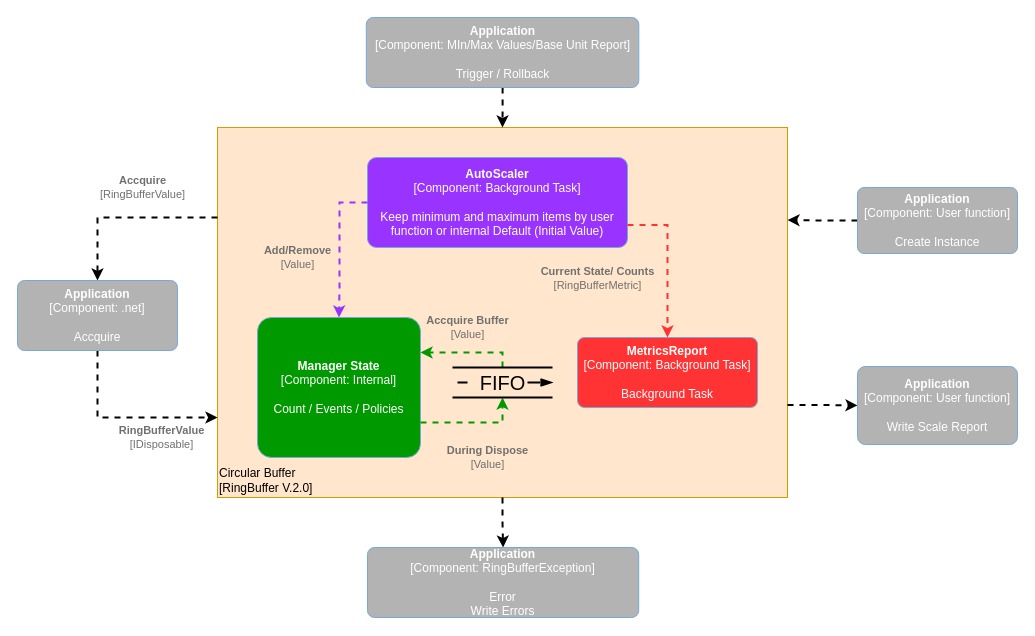
FRACerqueira/RingBufferPlus keeps this draw.io diagram as docs/RingBufferPlus.drawio. Above is the earlier version. Source tidied: cells renumbered, new cells numbered last; positions are measured from the earlier drawing's top-left corner, leaving out a move shared by most shapes. Both pictures are drawn from the tidied source at 100%, with x=0, y=0 at pixel (17, 17).
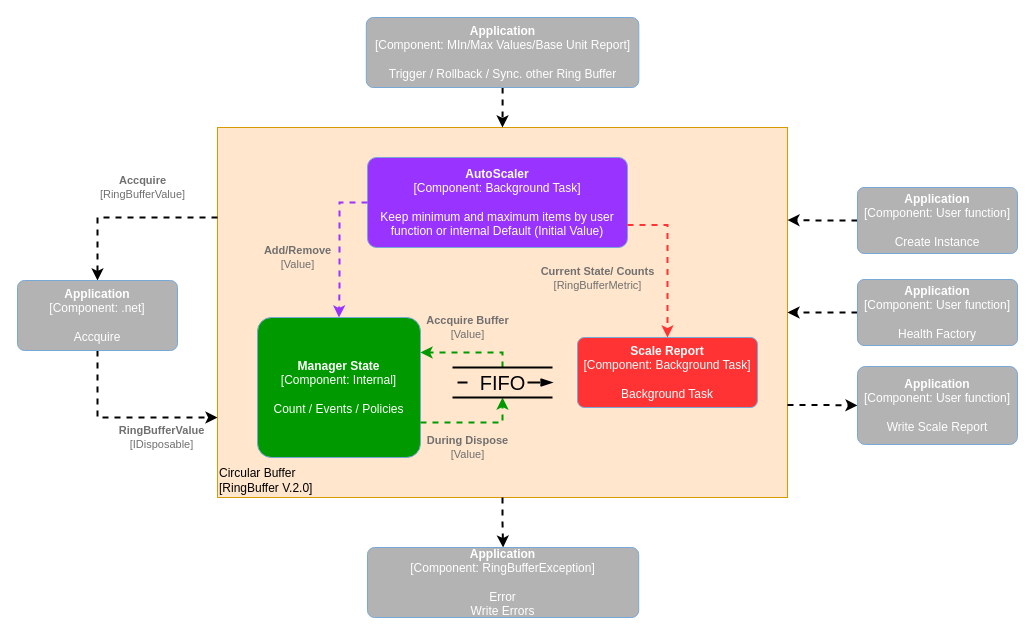
The same diagram, later.

The change refers to these unchanged cells:
```xml
<object id="2" label="&lt;div style=&quot;text-align: left&quot;&gt;%c4Name%&lt;/div&gt;&lt;div style=&quot;text-align: left&quot;&gt;[%c4Application%]&lt;/div&gt;" c4Application="RingBuffer V.2.0" c4Name="Circular Buffer" placeholders="1">
  <mxCell style="rounded=1;whiteSpace=wrap;html=1;labelBackgroundColor=none;fillColor=#ffe6cc;align=left;arcSize=0;strokeColor=#d79b00;verticalAlign=bottom;metaData={&quot;c4Type&quot;:{&quot;editable&quot;:false}};points=[[0.25,0,0],[0.5,0,0],[0.75,0,0],[1,0.25,0],[1,0.5,0],[1,0.75,0],[0.75,1,0],[0.5,1,0],[0.25,1,0],[0,0.75,0],[0,0.5,0],[0,0.25,0]];" parent="1" vertex="1">
    <mxGeometry x="200" y="110" width="570" height="370" as="geometry" />
  </mxCell>
</object>
<object id="11" label="&lt;b&gt;%c4Name%&lt;/b&gt;&lt;div&gt;[%c4Type%: %c4Technology%]&lt;/div&gt;&lt;br&gt;&lt;div&gt;%c4Description%&lt;/div&gt;" c4Description="Count / Events / Policies" c4Name="Manager State" c4Technology="Internal" c4Type="Component" placeholders="1">
  <mxCell style="rounded=1;whiteSpace=wrap;html=1;labelBackgroundColor=none;fillColor=#009900;fontColor=#ffffff;align=center;arcSize=10;strokeColor=#78A8D8;metaData={&quot;c4Type&quot;:{&quot;editable&quot;:false}};points=[[0.25,0,0],[0.5,0,0],[0.75,0,0],[1,0.25,0],[1,0.5,0],[1,0.75,0],[0.75,1,0],[0.5,1,0],[0.25,1,0],[0,0.75,0],[0,0.5,0],[0,0.25,0]];" parent="1" vertex="1">
    <mxGeometry x="240" y="300" width="163" height="140" as="geometry" />
  </mxCell>
</object>
<mxCell id="17" value="FIFO" style="strokeWidth=2;html=1;shape=mxgraph.lean_mapping.fifo_sequence_flow;fontStyle=0;fontSize=20;align=center;" parent="1" vertex="1">
  <mxGeometry x="435" y="350" width="100" height="30" as="geometry" />
</mxCell>
```

The edit, as a diff of the source:
```diff
@@
-    <object id="8" label="&lt;b&gt;%c4Name%&lt;/b&gt;&lt;div&gt;[%c4Type%: %c4Technology%]&lt;/div&gt;&lt;br&gt;&lt;div&gt;%c4Description%&lt;/div&gt;" c4Description="Background Task" c4Name="MetricsReport" c4Technology="Background Task" c4Type="Component" placeholders="1">
+    <object id="8" label="&lt;b&gt;%c4Name%&lt;/b&gt;&lt;div&gt;[%c4Type%: %c4Technology%]&lt;/div&gt;&lt;br&gt;&lt;div&gt;%c4Description%&lt;/div&gt;" c4Description="Background Task" c4Name="Scale Report" c4Technology="Background Task" c4Type="Component" placeholders="1">
       <mxCell style="rounded=1;whiteSpace=wrap;html=1;labelBackgroundColor=none;fillColor=#FF3333;fontColor=#ffffff;align=center;arcSize=10;strokeColor=#78A8D8;metaData={&quot;c4Type&quot;:{&quot;editable&quot;:false}};points=[[0.25,0,0],[0.5,0,0],[0.75,0,0],[1,0.25,0],[1,0.5,0],[1,0.75,0],[0.75,1,0],[0.5,1,0],[0.25,1,0],[0,0.75,0],[0,0.5,0],[0,0.25,0]];" parent="1" vertex="1">
         <mxGeometry x="560" y="320" width="180" height="70" as="geometry" />
       </mxCell>
     </object>
@@
     <object id="14" label="&lt;div style=&quot;text-align: left&quot;&gt;&lt;div style=&quot;text-align: center&quot;&gt;&lt;b&gt;%c4Description%&lt;/b&gt;&lt;/div&gt;&lt;div style=&quot;text-align: center&quot;&gt;[%c4Technology%]&lt;/div&gt;&lt;/div&gt;" c4Description="During Dispose" c4Technology="Value" placeholders="1">
       <mxCell style="edgeStyle=orthogonalEdgeStyle;rounded=0;html=1;jettySize=auto;strokeColor=#009900;strokeWidth=2;fontColor=#707070;jumpStyle=none;dashed=1;metaData={&quot;c4Type&quot;:{&quot;editable&quot;:false}};exitX=1;exitY=0.75;exitDx=0;exitDy=0;exitPerimeter=0;startArrow=none;entryX=0.5;entryY=1;entryDx=0;entryDy=0;labelBackgroundColor=none;" parent="1" edge="1" source="11" target="17">
-        <mxGeometry x="0.25" y="-35" relative="1" as="geometry">
+        <mxGeometry x="-0.12" y="-25" relative="1" as="geometry">
           <Array as="points">
             <mxPoint x="485" y="405" />
           </Array>
         </mxGeometry>
       </mxCell>
     </object>
@@
-    <object id="20" label="&lt;b&gt;%c4Name%&lt;/b&gt;&lt;div&gt;[%c4Type%: %c4Technology%]&lt;/div&gt;&lt;br&gt;&lt;div&gt;%c4Description%&lt;/div&gt;" c4Description="Trigger / Rollback" c4Name="Application" c4Technology="MIn/Max Values/Base Unit Report" c4Type="Component" placeholders="1">
+    <object id="20" label="&lt;b&gt;%c4Name%&lt;/b&gt;&lt;div&gt;[%c4Type%: %c4Technology%]&lt;/div&gt;&lt;br&gt;&lt;div&gt;%c4Description%&lt;/div&gt;" c4Description="Trigger / Rollback / Sync. other Ring Buffer" c4Name="Application" c4Technology="MIn/Max Values/Base Unit Report" c4Type="Component" placeholders="1">
       <mxCell style="rounded=1;whiteSpace=wrap;html=1;labelBackgroundColor=none;fillColor=#B3B3B3;fontColor=#ffffff;align=center;arcSize=10;strokeColor=#78A8D8;metaData={&quot;c4Type&quot;:{&quot;editable&quot;:false}};points=[[0.25,0,0],[0.5,0,0],[0.75,0,0],[1,0.25,0],[1,0.5,0],[1,0.75,0],[0.75,1,0],[0.5,1,0],[0.25,1,0],[0,0.75,0],[0,0.5,0],[0,0.25,0]];" parent="1" vertex="1">
         <mxGeometry x="348.8" width="272.5" height="70" as="geometry" />
       </mxCell>
     </object>
@@
+    <mxCell id="22" style="edgeStyle=orthogonalEdgeStyle;rounded=0;jettySize=auto;html=1;exitX=0;exitY=0.5;exitDx=0;exitDy=0;exitPerimeter=0;strokeWidth=2;dashed=1;" parent="1" edge="1" source="23" target="2">
+      <mxGeometry relative="1" as="geometry" />
+    </mxCell>
+    <object id="23" label="&lt;b&gt;%c4Name%&lt;/b&gt;&lt;div&gt;[%c4Type%: %c4Technology%]&lt;/div&gt;&lt;br&gt;&lt;div&gt;%c4Description%&lt;/div&gt;" c4Description="Health Factory" c4Name="Application" c4Technology="User function" c4Type="Component" placeholders="1">
+      <mxCell style="rounded=1;whiteSpace=wrap;html=1;labelBackgroundColor=none;fillColor=#B3B3B3;fontColor=#ffffff;align=center;arcSize=10;strokeColor=#78A8D8;metaData={&quot;c4Type&quot;:{&quot;editable&quot;:false}};points=[[0.25,0,0],[0.5,0,0],[0.75,0,0],[1,0.25,0],[1,0.5,0],[1,0.75,0],[0.75,1,0],[0.5,1,0],[0.25,1,0],[0,0.75,0],[0,0.5,0],[0,0.25,0]];" parent="1" vertex="1">
+        <mxGeometry x="840" y="262" width="160" height="66" as="geometry" />
+      </mxCell>
+    </object>
```
